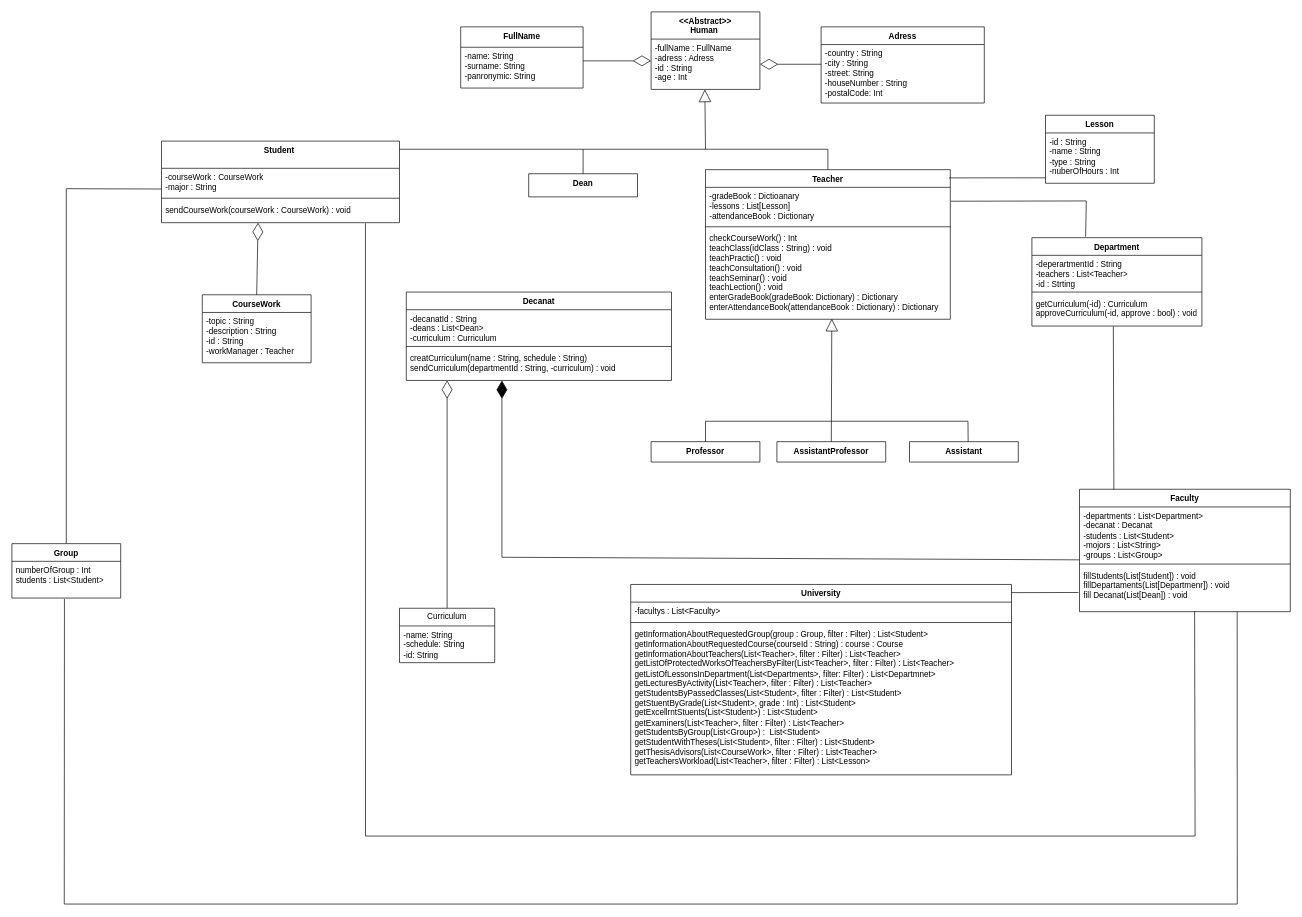
This is class diagram .drawio from playerunknow/Diagrams, a draw.io file, before an edit. Source tidied: cells renumbered, new cells numbered last; positions are measured from the earlier drawing's top-left corner, leaving out a move shared by most shapes. Both pictures are drawn from the tidied source at 68%, with x=0, y=0 at pixel (12, 12).
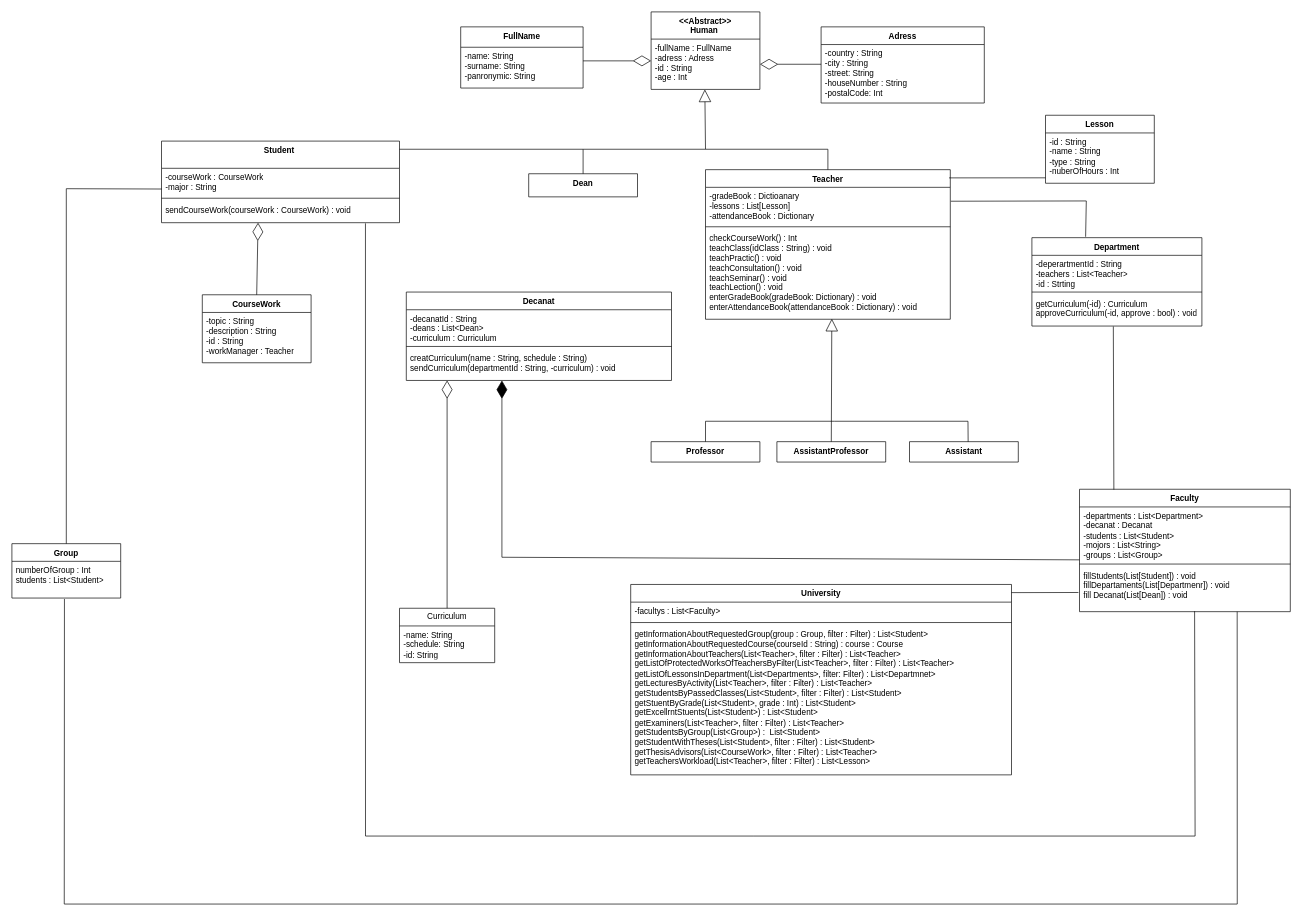
The same diagram, later.

Unchanged cells that the change refers to:
```xml
<mxCell id="14" value="Teacher" style="swimlane;fontStyle=1;align=center;verticalAlign=top;horizontal=1;startSize=26;whiteSpace=wrap;html=1;" parent="1" vertex="1">
  <mxGeometry x="1020" y="232" width="360" height="220" as="geometry" />
</mxCell>
```

What changed in the source:
```diff
@@
-    <mxCell id="17" value="checkCourseWork() : Int&lt;br&gt;teachClass(idClass : String) : void&lt;br&gt;teachPractic() : void&lt;br&gt;teachConsultation() : void&lt;br&gt;teachSeminar() : void&lt;br&gt;teachLection() : void&lt;br&gt;enterGradeBook(gradeBook: Dictionary) : Dictionary&lt;br&gt;enterAttendanceBook(attendanceBook : Dictionary) : Dictionary&amp;nbsp;" style="text;strokeColor=none;fillColor=none;align=left;verticalAlign=top;spacingLeft=4;spacingRight=4;overflow=hidden;points=[[0,0.5],[1,0.5]];portConstraint=eastwest;whiteSpace=wrap;html=1;" parent="14" vertex="1">
+    <mxCell id="17" value="checkCourseWork() : Int&lt;br&gt;teachClass(idClass : String) : void&lt;br&gt;teachPractic() : void&lt;br&gt;teachConsultation() : void&lt;br&gt;teachSeminar() : void&lt;br&gt;teachLection() : void&lt;br&gt;enterGradeBook(gradeBook: Dictionary) : void&lt;br&gt;enterAttendanceBook(attendanceBook : Dictionary) : void&amp;nbsp;" style="text;strokeColor=none;fillColor=none;align=left;verticalAlign=top;spacingLeft=4;spacingRight=4;overflow=hidden;points=[[0,0.5],[1,0.5]];portConstraint=eastwest;whiteSpace=wrap;html=1;" parent="14" vertex="1">
       <mxGeometry y="88" width="360" height="132" as="geometry" />
     </mxCell>
```
